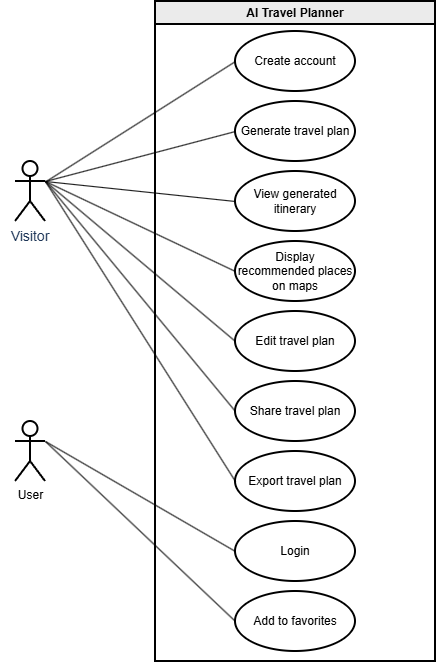
Above: docs/diagrams/use-case-diagram-v1.png in AET-DevOps26/team-coffeelovers (draw.io), before the change. Source tidied: cells renumbered, new cells last; positions are measured from the earlier drawing's top-left corner, leaving out a move shared by most shapes.
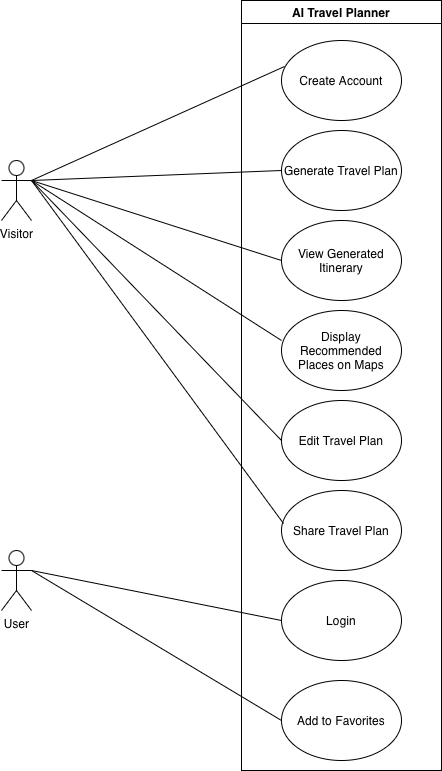
Later version of the same file.

Commit message:
use-case-diagram updated

The edit, as a diff of the source:
```diff
@@ -2,77 +2,64 @@
   <root>
     <mxCell id="0" />
     <mxCell id="1" parent="0" />
-    <mxCell id="2" value="User" style="shape=umlActor;verticalLabelPosition=bottom;verticalAlign=top;html=1;outlineConnect=0;labelBackgroundColor=none;strokeWidth=2;" parent="1" vertex="1">
-      <mxGeometry x="15" y="160" width="30" height="60" as="geometry" />
-    </mxCell>
+    <mxCell id="21" value="Visitor" style="shape=umlActor;verticalLabelPosition=bottom;verticalAlign=top;html=1;outlineConnect=0;" parent="1" vertex="1">
+      <mxGeometry x="195" y="160" width="30" height="60" as="geometry" />
+    </mxCell>
-    <mxCell id="3" value="AI Travel Planner" style="swimlane;whiteSpace=wrap;html=1;labelBackgroundColor=none;strokeWidth=2;glass=0;rounded=0;shadow=0;gradientColor=none;fillColor=#EBEBEB;" parent="1" vertex="1">
-      <mxGeometry x="155" width="280" height="660" as="geometry" />
+    <mxCell id="3" value="AI Travel Planner" style="swimlane;whiteSpace=wrap;html=1;" parent="1" vertex="1">
+      <mxGeometry x="435" width="200" height="770" as="geometry" />
     </mxCell>
-    <mxCell id="4" value="Display recommended places on maps" style="ellipse;whiteSpace=wrap;html=1;labelBackgroundColor=none;strokeWidth=2;" parent="3" vertex="1">
-      <mxGeometry x="80" y="240" width="120" height="60" as="geometry" />
-    </mxCell>
-    <mxCell id="5" value="Generate travel plan" style="ellipse;whiteSpace=wrap;html=1;labelBackgroundColor=none;strokeWidth=2;" parent="3" vertex="1">
-      <mxGeometry x="80" y="100" width="120" height="60" as="geometry" />
-    </mxCell>
-    <mxCell id="6" value="Share travel plan" style="ellipse;whiteSpace=wrap;html=1;labelBackgroundColor=none;strokeWidth=2;" parent="3" vertex="1">
-      <mxGeometry x="80" y="380" width="120" height="60" as="geometry" />
-    </mxCell>
-    <mxCell id="7" value="Edit travel plan" style="ellipse;whiteSpace=wrap;html=1;labelBackgroundColor=none;strokeWidth=2;" parent="3" vertex="1">
-      <mxGeometry x="80" y="310" width="120" height="60" as="geometry" />
-    </mxCell>
-    <mxCell id="8" value="Add to favorites" style="ellipse;whiteSpace=wrap;html=1;labelBackgroundColor=none;strokeWidth=2;" parent="3" vertex="1">
-      <mxGeometry x="80" y="590" width="120" height="60" as="geometry" />
-    </mxCell>
-    <mxCell id="9" value="View generated itinerary" style="ellipse;whiteSpace=wrap;html=1;labelBackgroundColor=none;strokeWidth=2;" parent="3" vertex="1">
-      <mxGeometry x="80" y="170" width="120" height="60" as="geometry" />
-    </mxCell>
-    <mxCell id="10" value="Create account" style="ellipse;whiteSpace=wrap;html=1;labelBackgroundColor=none;strokeWidth=2;" parent="3" vertex="1">
-      <mxGeometry x="80" y="30" width="120" height="60" as="geometry" />
-    </mxCell>
+    <mxCell id="24" value="Create Account" style="ellipse;whiteSpace=wrap;html=1;" parent="3" vertex="1">
+      <mxGeometry x="40" y="40" width="120" height="80" as="geometry" />
+    </mxCell>
+    <mxCell id="25" value="Generate Travel Plan" style="ellipse;whiteSpace=wrap;html=1;" parent="3" vertex="1">
+      <mxGeometry x="40" y="130" width="120" height="80" as="geometry" />
+    </mxCell>
+    <mxCell id="26" value="View Generated Itinerary" style="ellipse;whiteSpace=wrap;html=1;" parent="3" vertex="1">
+      <mxGeometry x="40" y="220" width="120" height="80" as="geometry" />
+    </mxCell>
+    <mxCell id="27" value="Display Recommended Places on Maps" style="ellipse;whiteSpace=wrap;html=1;" parent="3" vertex="1">
+      <mxGeometry x="40" y="310" width="120" height="80" as="geometry" />
+    </mxCell>
+    <mxCell id="28" value="Edit Travel Plan" style="ellipse;whiteSpace=wrap;html=1;" parent="3" vertex="1">
+      <mxGeometry x="40" y="400" width="120" height="80" as="geometry" />
+    </mxCell>
+    <mxCell id="29" value="Share Travel Plan" style="ellipse;whiteSpace=wrap;html=1;" parent="3" vertex="1">
+      <mxGeometry x="40" y="490" width="120" height="80" as="geometry" />
+    </mxCell>
-    <mxCell id="11" value="Login" style="ellipse;whiteSpace=wrap;html=1;labelBackgroundColor=none;strokeWidth=2;" parent="3" vertex="1">
-      <mxGeometry x="80" y="520" width="120" height="60" as="geometry" />
+    <mxCell id="11" value="Login" style="ellipse;whiteSpace=wrap;html=1;" parent="3" vertex="1">
+      <mxGeometry x="40" y="580" width="120" height="80" as="geometry" />
     </mxCell>
-    <mxCell id="12" value="Export travel plan" style="ellipse;whiteSpace=wrap;html=1;labelBackgroundColor=none;strokeWidth=2;" parent="3" vertex="1">
-      <mxGeometry x="80" y="450" width="120" height="60" as="geometry" />
-    </mxCell>
-    <mxCell id="13" style="endArrow=none;html=1;rounded=0;entryX=0;entryY=0.5;entryDx=0;entryDy=0;labelBackgroundColor=none;fontColor=default;" parent="1" edge="1" target="4">
-      <mxGeometry relative="1" as="geometry">
-        <mxPoint x="45" y="180" as="sourcePoint" />
-      </mxGeometry>
-    </mxCell>
-    <mxCell id="14" value="User" style="shape=umlActor;verticalLabelPosition=bottom;verticalAlign=top;html=1;outlineConnect=0;labelBackgroundColor=none;strokeWidth=2;" parent="1" vertex="1">
-      <mxGeometry x="15" y="420" width="30" height="60" as="geometry" />
-    </mxCell>
-    <mxCell id="15" style="endArrow=none;html=1;rounded=0;entryX=0;entryY=0.5;entryDx=0;entryDy=0;labelBackgroundColor=none;fontColor=default;" parent="1" edge="1" source="2" target="10">
-      <mxGeometry relative="1" as="geometry" />
-    </mxCell>
-    <mxCell id="16" style="endArrow=none;html=1;rounded=0;entryX=0;entryY=0.5;entryDx=0;entryDy=0;labelBackgroundColor=none;fontColor=default;exitX=1;exitY=0.3333333333333333;exitDx=0;exitDy=0;exitPerimeter=0;" parent="1" edge="1" source="2">
-      <mxGeometry relative="1" as="geometry">
-        <mxPoint x="235" y="130" as="targetPoint" />
-      </mxGeometry>
-    </mxCell>
-    <mxCell id="17" style="endArrow=none;html=1;rounded=0;entryX=0;entryY=0.5;entryDx=0;entryDy=0;labelBackgroundColor=none;fontColor=default;exitX=1;exitY=0.3333333333333333;exitDx=0;exitDy=0;exitPerimeter=0;" parent="1" edge="1" source="2" target="9">
-      <mxGeometry relative="1" as="geometry" />
-    </mxCell>
-    <mxCell id="18" style="endArrow=none;html=1;rounded=0;entryX=0;entryY=0.5;entryDx=0;entryDy=0;labelBackgroundColor=none;fontColor=default;exitX=1;exitY=0.3333333333333333;exitDx=0;exitDy=0;exitPerimeter=0;" parent="1" edge="1" source="2" target="7">
-      <mxGeometry relative="1" as="geometry" />
-    </mxCell>
-    <mxCell id="19" style="endArrow=none;html=1;rounded=0;entryX=0;entryY=0.5;entryDx=0;entryDy=0;labelBackgroundColor=none;fontColor=default;exitX=1;exitY=0.3333333333333333;exitDx=0;exitDy=0;exitPerimeter=0;" parent="1" edge="1" source="2" target="6">
-      <mxGeometry relative="1" as="geometry" />
-    </mxCell>
-    <mxCell id="20" style="endArrow=none;html=1;rounded=0;entryX=0;entryY=0.5;entryDx=0;entryDy=0;labelBackgroundColor=none;fontColor=default;exitX=1;exitY=0.3333333333333333;exitDx=0;exitDy=0;exitPerimeter=0;" parent="1" edge="1" source="2" target="12">
-      <mxGeometry relative="1" as="geometry" />
-    </mxCell>
-    <mxCell id="21" value="&lt;span style=&quot;background-color: rgb(255, 255, 254);&quot;&gt;&lt;font style=&quot;font-size: 14px;&quot;&gt;Visitor&lt;/font&gt;&lt;/span&gt;" style="text;html=1;whiteSpace=wrap;strokeColor=none;fillColor=none;align=center;verticalAlign=middle;rounded=0;fontColor=#1D3557;" parent="1" vertex="1">
-      <mxGeometry y="220" width="60" height="30" as="geometry" />
-    </mxCell>
-    <mxCell id="22" style="endArrow=none;html=1;rounded=0;entryX=0;entryY=0.5;entryDx=0;entryDy=0;labelBackgroundColor=none;fontColor=default;exitX=1;exitY=0.3333333333333333;exitDx=0;exitDy=0;exitPerimeter=0;" parent="1" edge="1" target="11">
-      <mxGeometry relative="1" as="geometry">
-        <mxPoint x="45" y="440" as="sourcePoint" />
-      </mxGeometry>
-    </mxCell>
-    <mxCell id="23" style="endArrow=none;html=1;rounded=0;entryX=0;entryY=0.5;entryDx=0;entryDy=0;labelBackgroundColor=none;fontColor=default;exitX=1;exitY=0.3333333333333333;exitDx=0;exitDy=0;exitPerimeter=0;" parent="1" edge="1" source="14" target="8">
-      <mxGeometry relative="1" as="geometry" />
-    </mxCell>
+    <mxCell id="30" value="Add to Favorites" style="ellipse;whiteSpace=wrap;html=1;" parent="3" vertex="1">
+      <mxGeometry x="40" y="680" width="120" height="80" as="geometry" />
+    </mxCell>
+    <mxCell id="31" value="User" style="shape=umlActor;verticalLabelPosition=bottom;verticalAlign=top;html=1;outlineConnect=0;" parent="1" vertex="1">
+      <mxGeometry x="195" y="550" width="30" height="60" as="geometry" />
+    </mxCell>
+    <mxCell id="32" style="endArrow=none;html=1;rounded=0;entryX=0.025;entryY=0.325;entryDx=0;entryDy=0;entryPerimeter=0;exitX=1;exitY=0.3333333333333333;exitDx=0;exitDy=0;exitPerimeter=0;" parent="1" edge="1" source="21" target="24">
+      <mxGeometry relative="1" as="geometry" />
+    </mxCell>
+    <mxCell id="33" style="endArrow=none;html=1;rounded=0;entryX=0;entryY=0.5;entryDx=0;entryDy=0;exitX=1;exitY=0.3333333333333333;exitDx=0;exitDy=0;exitPerimeter=0;" parent="1" edge="1" source="21" target="25">
+      <mxGeometry relative="1" as="geometry" />
+    </mxCell>
+    <mxCell id="34" style="endArrow=none;html=1;rounded=0;entryX=0;entryY=0.5;entryDx=0;entryDy=0;exitX=1;exitY=0.3333333333333333;exitDx=0;exitDy=0;exitPerimeter=0;" parent="1" edge="1" source="21" target="26">
+      <mxGeometry relative="1" as="geometry" />
+    </mxCell>
+    <mxCell id="35" style="endArrow=none;html=1;rounded=0;entryX=0;entryY=0.375;entryDx=0;entryDy=0;entryPerimeter=0;" parent="1" edge="1" target="27">
+      <mxGeometry relative="1" as="geometry">
+        <mxPoint x="225" y="180" as="sourcePoint" />
+      </mxGeometry>
+    </mxCell>
+    <mxCell id="36" style="endArrow=none;html=1;rounded=0;entryX=0;entryY=0.5;entryDx=0;entryDy=0;exitX=1;exitY=0.3333333333333333;exitDx=0;exitDy=0;exitPerimeter=0;" parent="1" edge="1" source="21" target="28">
+      <mxGeometry relative="1" as="geometry" />
+    </mxCell>
+    <mxCell id="37" style="endArrow=none;html=1;rounded=0;entryX=0.017;entryY=0.413;entryDx=0;entryDy=0;entryPerimeter=0;exitX=1;exitY=0.3333333333333333;exitDx=0;exitDy=0;exitPerimeter=0;" parent="1" edge="1" source="21" target="29">
+      <mxGeometry relative="1" as="geometry" />
+    </mxCell>
+    <mxCell id="38" style="endArrow=none;html=1;rounded=0;entryX=0;entryY=0.5;entryDx=0;entryDy=0;exitX=1;exitY=0.3333333333333333;exitDx=0;exitDy=0;exitPerimeter=0;" parent="1" edge="1" source="31" target="30">
+      <mxGeometry relative="1" as="geometry" />
+    </mxCell>
+    <mxCell id="39" style="endArrow=none;html=1;rounded=0;entryX=0;entryY=0.5;entryDx=0;entryDy=0;exitX=1;exitY=0.3333333333333333;exitDx=0;exitDy=0;exitPerimeter=0;" parent="1" edge="1" source="31" target="11">
+      <mxGeometry relative="1" as="geometry" />
+    </mxCell>
   </root>
 </mxGraphModel>
```
